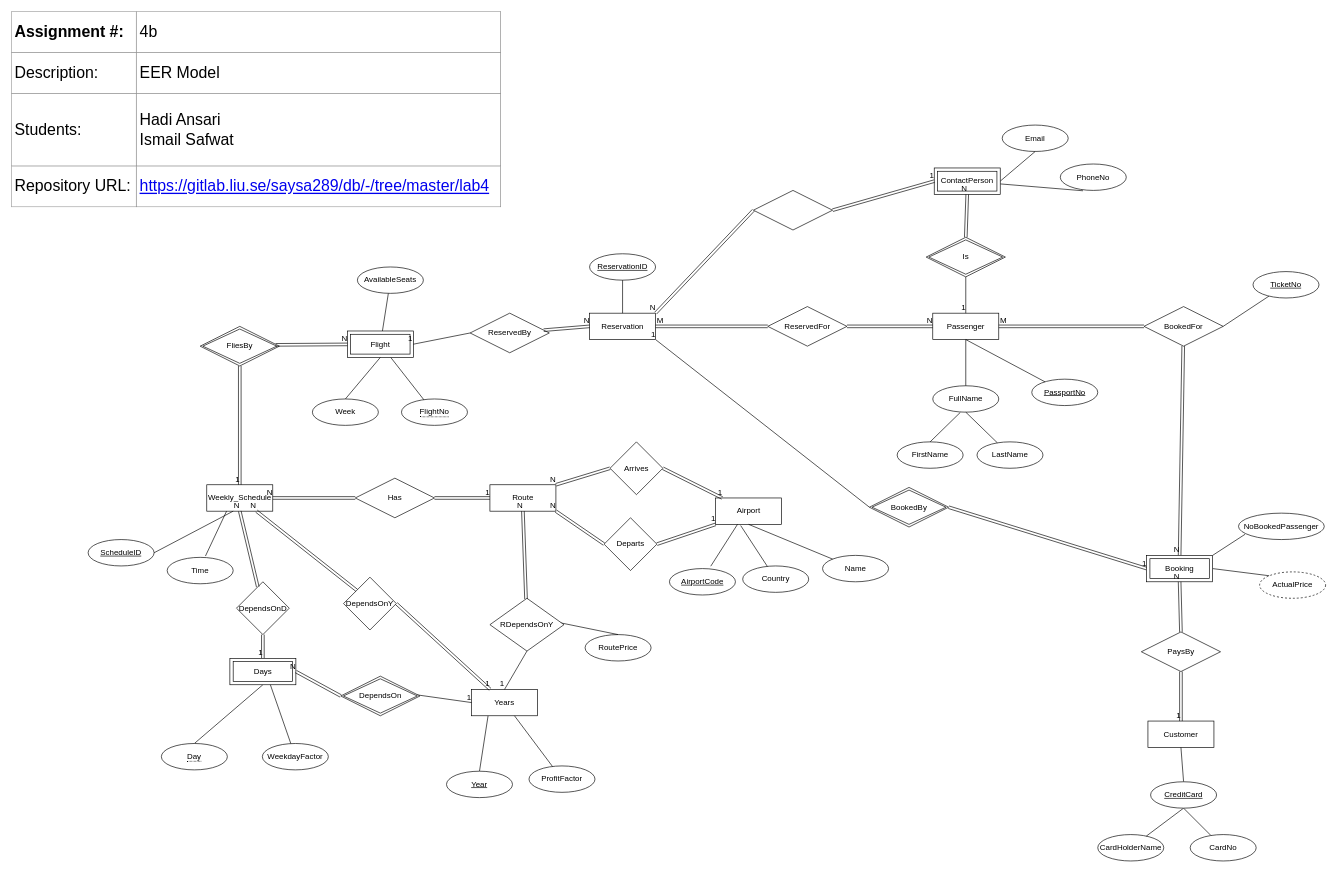
The draw.io diagram page "EER Model" (1 of 2) of lab4/Assignment4b.drawio in hadi-ansari/TDDD12, before the edit. Source tidied: cells renumbered, new cells numbered last; positions are measured from the earlier drawing's top-left corner, leaving out a move shared by most shapes. Both pictures are drawn from the tidied source at 66%, with x=0, y=0 at pixel (11, 11).
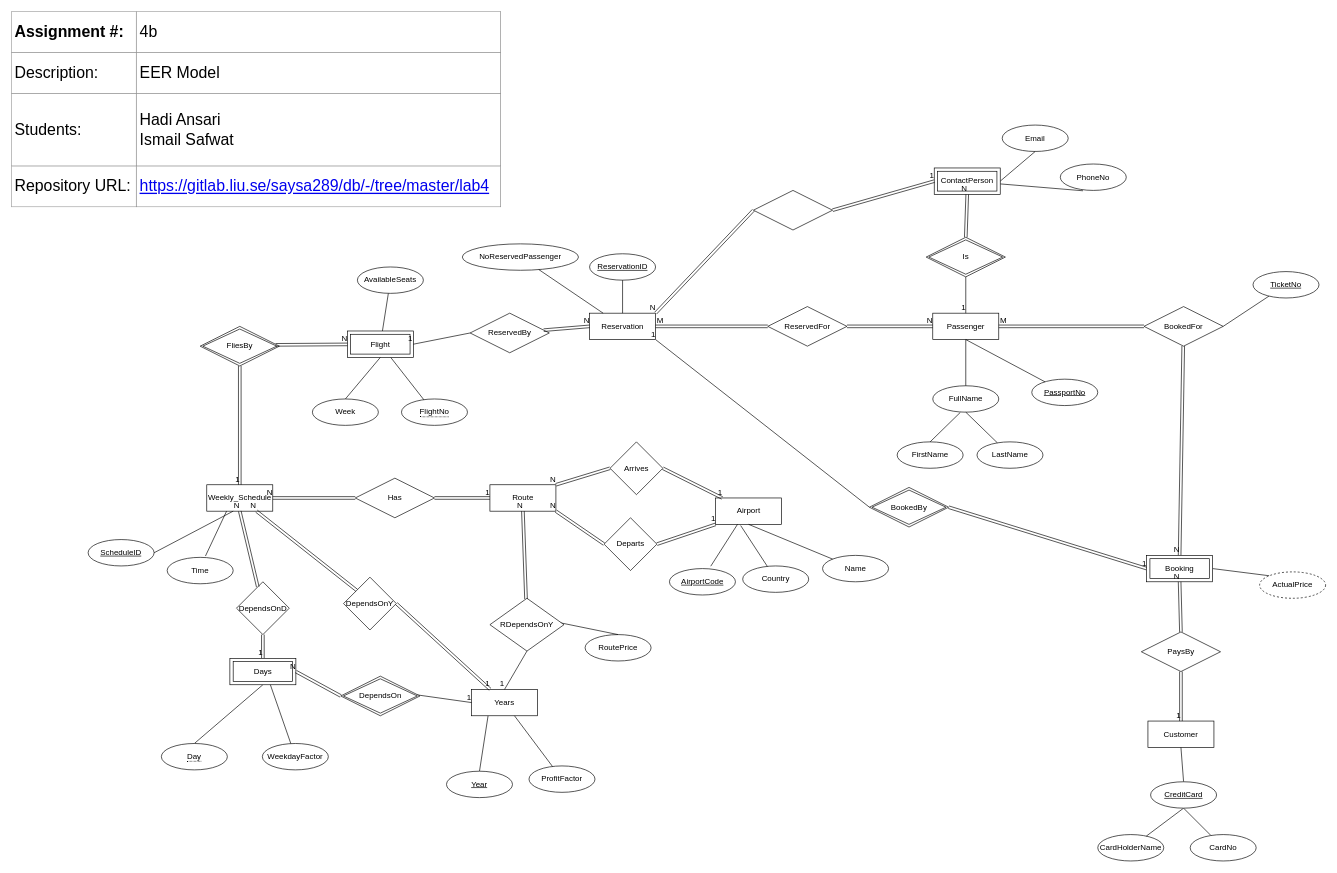
After the change.

The change refers to these unchanged cells:
```xml
<mxCell id="16" value="Reservation" style="whiteSpace=wrap;html=1;align=center;" parent="1" vertex="1">
  <mxGeometry x="875.8" y="457" width="100" height="40" as="geometry" />
</mxCell>
<mxCell id="98" value="Booking" style="shape=ext;margin=3;double=1;whiteSpace=wrap;html=1;align=center;" parent="1" vertex="1">
  <mxGeometry x="1719.8" y="824" width="100" height="40" as="geometry" />
</mxCell>
```

What changed in the source:
```diff
@@
-    <mxCell id="68" value="NoBookedPassenger" style="ellipse;whiteSpace=wrap;html=1;align=center;" parent="1" vertex="1">
-      <mxGeometry x="1859" y="760" width="130" height="40" as="geometry" />
+    <mxCell id="68" value="NoReservedPassenger" style="ellipse;whiteSpace=wrap;html=1;align=center;" parent="1" vertex="1">
+      <mxGeometry x="683" y="352" width="176" height="40" as="geometry" />
     </mxCell>
-    <mxCell id="69" style="endArrow=none;html=1;rounded=0;exitX=1;exitY=0;exitDx=0;exitDy=0;entryX=0.077;entryY=0.8;entryDx=0;entryDy=0;entryPerimeter=0;" parent="1" edge="1" source="98" target="68">
+    <mxCell id="69" style="endArrow=none;html=1;rounded=0;" parent="1" edge="1" source="68" target="16">
       <mxGeometry relative="1" as="geometry" />
     </mxCell>
```
